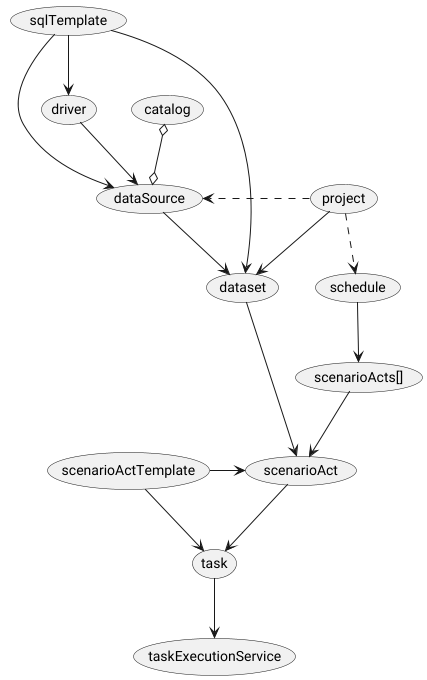
Earlier version of the PlantUML export doc/entities_design/logical_entities_dependency.png (zaytsevdmitry/lakehouse).
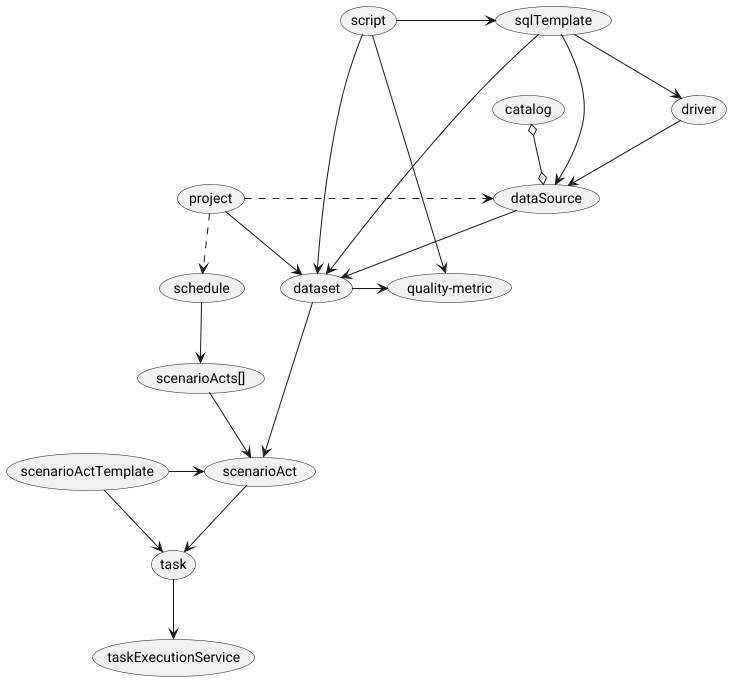
After the commit.

The edit, as a diff of the source:
```diff
@@ -1,4 +1,7 @@
 @startuml
+(script) -> (dataset)
+(script) -> (sqlTemplate)
+(script) -> (quality-metric)
 (schedule) --> (scenarioActs[])
 (scenarioActs[]) --> (scenarioAct)
 (scenarioActTemplate) -> (scenarioAct)
@@ -6,6 +9,7 @@
 (scenarioAct) --> (task)
 (task)-->(taskExecutionService)
 (dataset) -> (scenarioAct)
+(dataset)->(quality-metric)
 (dataSource) --> (dataset)
 (project) -> (dataset)
 (project) ..> (schedule)
```
